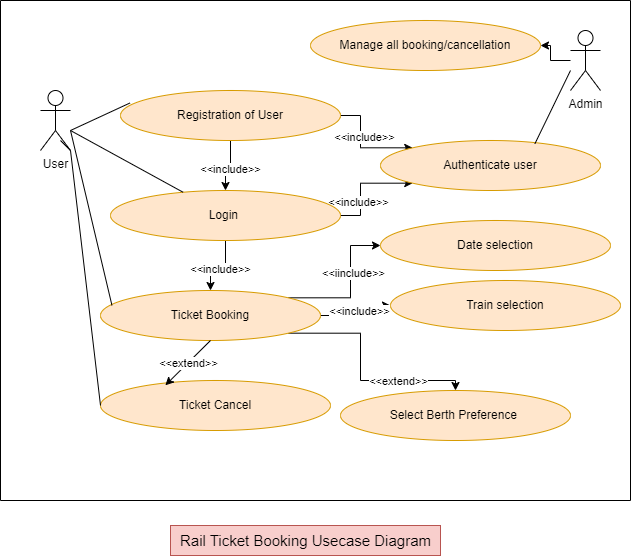
TRISHAHALDER/Medtech_Maven_usecase_diagram keeps this draw.io diagram as Untitled Diagram.drawio.png. Above is the earlier version. Source tidied: cells renumbered, new cells last; positions are measured from the earlier drawing's top-left corner, leaving out a move shared by most shapes. Its diagram source:
```xml
<mxGraphModel>
  <root>
    <mxCell id="0" />
    <mxCell id="1" parent="0" />
    <mxCell id="2" style="swimlane;startSize=0;" parent="1" vertex="1">
      <mxGeometry width="630" height="500" as="geometry" />
    </mxCell>
    <mxCell id="3" style="edgeStyle=orthogonalEdgeStyle;rounded=0;jettySize=auto;html=1;" parent="2" edge="1" source="7" target="14">
      <mxGeometry relative="1" as="geometry" />
    </mxCell>
    <mxCell id="4" value="&amp;lt;&amp;lt;include&amp;gt;&amp;gt;" style="edgeLabel;html=1;align=center;verticalAlign=middle;" parent="3" vertex="1">
      <mxGeometry x="-0.06" y="3" relative="1" as="geometry" />
    </mxCell>
    <mxCell id="5" style="edgeStyle=orthogonalEdgeStyle;rounded=0;jettySize=auto;html=1;exitX=1;exitY=0.5;exitDx=0;exitDy=0;entryX=0;entryY=0;entryDx=0;entryDy=0;" parent="2" edge="1" source="7" target="33">
      <mxGeometry relative="1" as="geometry" />
    </mxCell>
    <mxCell id="6" value="&amp;lt;&amp;lt;include&amp;gt;&amp;gt;" style="edgeLabel;html=1;align=center;verticalAlign=middle;" parent="5" vertex="1">
      <mxGeometry x="-0.22" y="3" relative="1" as="geometry" />
    </mxCell>
    <mxCell id="7" value="Registration of User" style="ellipse;whiteSpace=wrap;html=1;fillColor=#ffe6cc;strokeColor=#d79b00;" parent="2" vertex="1">
      <mxGeometry x="120" y="90" width="220" height="50" as="geometry" />
    </mxCell>
    <mxCell id="8" value="User" style="shape=umlActor;verticalLabelPosition=bottom;verticalAlign=top;html=1;outlineConnect=0;" parent="2" vertex="1">
      <mxGeometry x="40" y="90" width="30" height="60" as="geometry" />
    </mxCell>
    <mxCell id="9" style="endArrow=none;html=1;rounded=0;entryX=0.043;entryY=0.25;entryDx=0;entryDy=0;entryPerimeter=0;" parent="2" edge="1" target="7">
      <mxGeometry relative="1" as="geometry">
        <mxPoint x="70" y="130" as="sourcePoint" />
      </mxGeometry>
    </mxCell>
    <mxCell id="10" style="edgeStyle=orthogonalEdgeStyle;rounded=0;jettySize=auto;html=1;exitX=0.5;exitY=1;exitDx=0;exitDy=0;entryX=0.5;entryY=0;entryDx=0;entryDy=0;" parent="2" edge="1" source="14" target="22">
      <mxGeometry relative="1" as="geometry" />
    </mxCell>
    <mxCell id="11" value="&amp;lt;&amp;lt;include&amp;gt;&amp;gt;" style="edgeLabel;html=1;align=center;verticalAlign=middle;" parent="10" vertex="1">
      <mxGeometry x="-0.05" y="3" relative="1" as="geometry" />
    </mxCell>
    <mxCell id="12" style="edgeStyle=orthogonalEdgeStyle;rounded=0;jettySize=auto;html=1;exitX=1;exitY=0.5;exitDx=0;exitDy=0;entryX=0;entryY=1;entryDx=0;entryDy=0;" parent="2" edge="1" source="14" target="33">
      <mxGeometry relative="1" as="geometry" />
    </mxCell>
    <mxCell id="13" value="&amp;lt;&amp;lt;include&amp;gt;&amp;gt;" style="edgeLabel;html=1;align=center;verticalAlign=middle;" parent="12" vertex="1">
      <mxGeometry x="-0.36" y="3" relative="1" as="geometry" />
    </mxCell>
    <mxCell id="14" value="Login&amp;nbsp;" style="ellipse;whiteSpace=wrap;html=1;fillColor=#ffe6cc;strokeColor=#d79b00;" parent="2" vertex="1">
      <mxGeometry x="110" y="190" width="230" height="50" as="geometry" />
    </mxCell>
    <mxCell id="15" style="endArrow=none;html=1;rounded=0;" parent="2" edge="1" target="14">
      <mxGeometry relative="1" as="geometry">
        <mxPoint x="70" y="130" as="sourcePoint" />
      </mxGeometry>
    </mxCell>
    <mxCell id="16" style="edgeStyle=orthogonalEdgeStyle;rounded=0;jettySize=auto;html=1;exitX=1;exitY=1;exitDx=0;exitDy=0;entryX=0.5;entryY=0;entryDx=0;entryDy=0;" parent="2" edge="1" source="22" target="27">
      <mxGeometry relative="1" as="geometry">
        <Array as="points">
          <mxPoint x="360" y="333" />
          <mxPoint x="360" y="380" />
          <mxPoint x="455" y="380" />
        </Array>
      </mxGeometry>
    </mxCell>
    <mxCell id="17" value="&amp;lt;&amp;lt;extend&amp;gt;&amp;gt;" style="edgeLabel;html=1;align=center;verticalAlign=middle;" parent="16" vertex="1">
      <mxGeometry x="0.4" relative="1" as="geometry" />
    </mxCell>
    <mxCell id="18" style="edgeStyle=orthogonalEdgeStyle;rounded=0;jettySize=auto;html=1;exitX=1;exitY=0;exitDx=0;exitDy=0;entryX=0;entryY=0.5;entryDx=0;entryDy=0;" parent="2" edge="1" source="22" target="28">
      <mxGeometry relative="1" as="geometry" />
    </mxCell>
    <mxCell id="19" value="&amp;lt;&amp;lt;iinclude&amp;gt;&amp;gt;" style="edgeLabel;html=1;align=center;verticalAlign=middle;" parent="18" vertex="1">
      <mxGeometry x="0.2" y="-2" relative="1" as="geometry" />
    </mxCell>
    <mxCell id="20" style="edgeStyle=orthogonalEdgeStyle;rounded=0;jettySize=auto;html=1;exitX=1;exitY=0.5;exitDx=0;exitDy=0;entryX=0;entryY=0.5;entryDx=0;entryDy=0;" parent="2" edge="1" source="22" target="29">
      <mxGeometry relative="1" as="geometry" />
    </mxCell>
    <mxCell id="21" value="&amp;lt;&amp;lt;include&amp;gt;&amp;gt;" style="edgeLabel;html=1;align=center;verticalAlign=middle;" parent="20" vertex="1">
      <mxGeometry x="0.01" y="-3" relative="1" as="geometry" />
    </mxCell>
    <mxCell id="22" value="Ticket Booking" style="ellipse;whiteSpace=wrap;html=1;fillColor=#ffe6cc;strokeColor=#d79b00;" parent="2" vertex="1">
      <mxGeometry x="100" y="290" width="220" height="50" as="geometry" />
    </mxCell>
    <mxCell id="23" value="Ticket Cancel" style="ellipse;whiteSpace=wrap;html=1;fillColor=#ffe6cc;strokeColor=#d79b00;" parent="2" vertex="1">
      <mxGeometry x="100" y="380" width="230" height="50" as="geometry" />
    </mxCell>
    <mxCell id="24" style="endArrow=classic;html=1;rounded=0;entryX=0.282;entryY=0.096;entryDx=0;entryDy=0;entryPerimeter=0;" parent="2" edge="1" target="23">
      <mxGeometry relative="1" as="geometry">
        <mxPoint x="210" y="340" as="sourcePoint" />
      </mxGeometry>
    </mxCell>
    <mxCell id="25" value="&amp;lt;&amp;lt;extend&amp;gt;&amp;gt;" style="edgeLabel;html=1;align=center;verticalAlign=middle;" parent="24" vertex="1">
      <mxGeometry relative="1" as="geometry" />
    </mxCell>
    <mxCell id="26" style="endArrow=none;html=1;rounded=0;exitX=0.052;exitY=0.296;exitDx=0;exitDy=0;exitPerimeter=0;" parent="2" edge="1" source="22">
      <mxGeometry relative="1" as="geometry">
        <mxPoint x="70" y="130" as="targetPoint" />
      </mxGeometry>
    </mxCell>
    <mxCell id="27" value="Select Berth Preference&amp;nbsp;" style="ellipse;whiteSpace=wrap;html=1;fillColor=#ffe6cc;strokeColor=#d79b00;" parent="2" vertex="1">
      <mxGeometry x="340" y="390" width="230" height="50" as="geometry" />
    </mxCell>
    <mxCell id="28" value="Date selection" style="ellipse;whiteSpace=wrap;html=1;fillColor=#ffe6cc;strokeColor=#d79b00;" parent="2" vertex="1">
      <mxGeometry x="380" y="220" width="230" height="50" as="geometry" />
    </mxCell>
    <mxCell id="29" value="Train selection" style="ellipse;whiteSpace=wrap;html=1;fillColor=#ffe6cc;strokeColor=#d79b00;" parent="2" vertex="1">
      <mxGeometry x="390" y="280" width="230" height="50" as="geometry" />
    </mxCell>
    <mxCell id="30" style="edgeStyle=orthogonalEdgeStyle;rounded=0;jettySize=auto;html=1;" parent="2" edge="1" source="31" target="32">
      <mxGeometry relative="1" as="geometry" />
    </mxCell>
    <mxCell id="31" value="Admin" style="shape=umlActor;verticalLabelPosition=bottom;verticalAlign=top;html=1;outlineConnect=0;" parent="2" vertex="1">
      <mxGeometry x="570" y="30" width="30" height="60" as="geometry" />
    </mxCell>
    <mxCell id="32" value="Manage all booking/cancellation" style="ellipse;whiteSpace=wrap;html=1;fillColor=#ffe6cc;strokeColor=#d79b00;" parent="2" vertex="1">
      <mxGeometry x="310" y="20" width="230" height="50" as="geometry" />
    </mxCell>
    <mxCell id="33" value="Authenticate user" style="ellipse;whiteSpace=wrap;html=1;fillColor=#ffe6cc;strokeColor=#d79b00;" parent="2" vertex="1">
      <mxGeometry x="380" y="140" width="220" height="50" as="geometry" />
    </mxCell>
    <mxCell id="34" style="endArrow=none;html=1;rounded=0;exitX=0.702;exitY=0.064;exitDx=0;exitDy=0;exitPerimeter=0;" parent="2" edge="1" source="33">
      <mxGeometry relative="1" as="geometry">
        <mxPoint x="570" y="70" as="targetPoint" />
      </mxGeometry>
    </mxCell>
    <mxCell id="35" value="&lt;font style=&quot;font-size: 15px;&quot;&gt;Rail Ticket Booking Usecase Diagram&lt;/font&gt;" style="text;html=1;align=center;verticalAlign=middle;strokeColor=#b85450;fillColor=#f8cecc;" parent="1" vertex="1">
      <mxGeometry x="170" y="525" width="270" height="30" as="geometry" />
    </mxCell>
    <mxCell id="36" style="endArrow=none;html=1;rounded=0;exitX=0;exitY=0.5;exitDx=0;exitDy=0;" parent="1" edge="1" source="23">
      <mxGeometry relative="1" as="geometry">
        <mxPoint x="60" y="140" as="targetPoint" />
        <Array as="points">
          <mxPoint x="70" y="150" />
        </Array>
      </mxGeometry>
    </mxCell>
  </root>
</mxGraphModel>
```
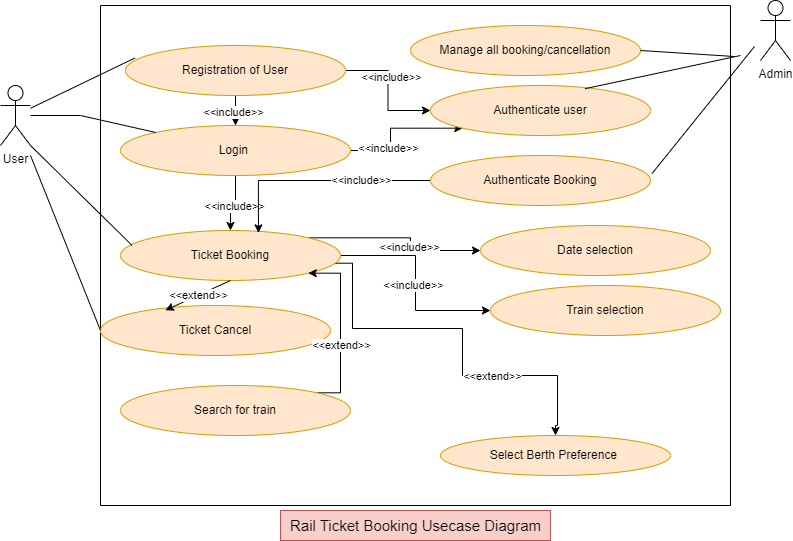
After the commit.

Change to the diagram source:
```diff
@@ -3,7 +3,7 @@
     <mxCell id="0" />
     <mxCell id="1" parent="0" />
     <mxCell id="2" style="swimlane;startSize=0;" parent="1" vertex="1">
-      <mxGeometry width="630" height="500" as="geometry" />
+      <mxGeometry x="-10" y="20" width="630" height="500" as="geometry" />
     </mxCell>
     <mxCell id="3" style="edgeStyle=orthogonalEdgeStyle;rounded=0;jettySize=auto;html=1;" parent="2" edge="1" source="7" target="14">
       <mxGeometry relative="1" as="geometry" />
@@ -11,23 +11,15 @@
     <mxCell id="4" value="&amp;lt;&amp;lt;include&amp;gt;&amp;gt;" style="edgeLabel;html=1;align=center;verticalAlign=middle;" parent="3" vertex="1">
       <mxGeometry x="-0.06" y="3" relative="1" as="geometry" />
     </mxCell>
-    <mxCell id="5" style="edgeStyle=orthogonalEdgeStyle;rounded=0;jettySize=auto;html=1;exitX=1;exitY=0.5;exitDx=0;exitDy=0;entryX=0;entryY=0;entryDx=0;entryDy=0;" parent="2" edge="1" source="7" target="33">
+    <mxCell id="5" style="edgeStyle=orthogonalEdgeStyle;rounded=0;jettySize=auto;html=1;exitX=1;exitY=0.5;exitDx=0;exitDy=0;entryX=0;entryY=0.5;entryDx=0;entryDy=0;" parent="2" edge="1" source="7" target="33">
       <mxGeometry relative="1" as="geometry" />
     </mxCell>
     <mxCell id="6" value="&amp;lt;&amp;lt;include&amp;gt;&amp;gt;" style="edgeLabel;html=1;align=center;verticalAlign=middle;" parent="5" vertex="1">
       <mxGeometry x="-0.22" y="3" relative="1" as="geometry" />
     </mxCell>
     <mxCell id="7" value="Registration of User" style="ellipse;whiteSpace=wrap;html=1;fillColor=#ffe6cc;strokeColor=#d79b00;" parent="2" vertex="1">
-      <mxGeometry x="120" y="90" width="220" height="50" as="geometry" />
+      <mxGeometry x="25" y="40" width="220" height="50" as="geometry" />
     </mxCell>
-    <mxCell id="8" value="User" style="shape=umlActor;verticalLabelPosition=bottom;verticalAlign=top;html=1;outlineConnect=0;" parent="2" vertex="1">
-      <mxGeometry x="40" y="90" width="30" height="60" as="geometry" />
-    </mxCell>
-    <mxCell id="9" style="endArrow=none;html=1;rounded=0;entryX=0.043;entryY=0.25;entryDx=0;entryDy=0;entryPerimeter=0;" parent="2" edge="1" target="7">
-      <mxGeometry relative="1" as="geometry">
-        <mxPoint x="70" y="130" as="sourcePoint" />
-      </mxGeometry>
-    </mxCell>
     <mxCell id="10" style="edgeStyle=orthogonalEdgeStyle;rounded=0;jettySize=auto;html=1;exitX=0.5;exitY=1;exitDx=0;exitDy=0;entryX=0.5;entryY=0;entryDx=0;entryDy=0;" parent="2" edge="1" source="14" target="22">
       <mxGeometry relative="1" as="geometry" />
     </mxCell>
@@ -41,19 +33,18 @@
       <mxGeometry x="-0.36" y="3" relative="1" as="geometry" />
     </mxCell>
     <mxCell id="14" value="Login&amp;nbsp;" style="ellipse;whiteSpace=wrap;html=1;fillColor=#ffe6cc;strokeColor=#d79b00;" parent="2" vertex="1">
-      <mxGeometry x="110" y="190" width="230" height="50" as="geometry" />
+      <mxGeometry x="20" y="120" width="230" height="50" as="geometry" />
     </mxCell>
-    <mxCell id="15" style="endArrow=none;html=1;rounded=0;" parent="2" edge="1" target="14">
-      <mxGeometry relative="1" as="geometry">
-        <mxPoint x="70" y="130" as="sourcePoint" />
-      </mxGeometry>
-    </mxCell>
-    <mxCell id="16" style="edgeStyle=orthogonalEdgeStyle;rounded=0;jettySize=auto;html=1;exitX=1;exitY=1;exitDx=0;exitDy=0;entryX=0.5;entryY=0;entryDx=0;entryDy=0;" parent="2" edge="1" source="22" target="27">
+    <mxCell id="16" style="edgeStyle=orthogonalEdgeStyle;rounded=0;jettySize=auto;html=1;exitX=1;exitY=1;exitDx=0;exitDy=0;entryX=0.5;entryY=0;entryDx=0;entryDy=0;" parent="2" edge="1" target="27">
       <mxGeometry relative="1" as="geometry">
+        <mxPoint x="210" y="257.7" as="sourcePoint" />
         <Array as="points">
-          <mxPoint x="360" y="333" />
-          <mxPoint x="360" y="380" />
-          <mxPoint x="455" y="380" />
+          <mxPoint x="252" y="258" />
+          <mxPoint x="252" y="323" />
+          <mxPoint x="362" y="323" />
+          <mxPoint x="362" y="370" />
+          <mxPoint x="457" y="370" />
+          <mxPoint x="457" y="420" />
         </Array>
       </mxGeometry>
     </mxCell>
@@ -63,7 +54,7 @@
     <mxCell id="18" style="edgeStyle=orthogonalEdgeStyle;rounded=0;jettySize=auto;html=1;exitX=1;exitY=0;exitDx=0;exitDy=0;entryX=0;entryY=0.5;entryDx=0;entryDy=0;" parent="2" edge="1" source="22" target="28">
       <mxGeometry relative="1" as="geometry" />
     </mxCell>
-    <mxCell id="19" value="&amp;lt;&amp;lt;iinclude&amp;gt;&amp;gt;" style="edgeLabel;html=1;align=center;verticalAlign=middle;" parent="18" vertex="1">
+    <mxCell id="19" value="&amp;lt;&amp;lt;include&amp;gt;&amp;gt;" style="edgeLabel;html=1;align=center;verticalAlign=middle;" parent="18" vertex="1">
       <mxGeometry x="0.2" y="-2" relative="1" as="geometry" />
     </mxCell>
     <mxCell id="20" style="edgeStyle=orthogonalEdgeStyle;rounded=0;jettySize=auto;html=1;exitX=1;exitY=0.5;exitDx=0;exitDy=0;entryX=0;entryY=0.5;entryDx=0;entryDy=0;" parent="2" edge="1" source="22" target="29">
@@ -73,26 +64,19 @@
       <mxGeometry x="0.01" y="-3" relative="1" as="geometry" />
     </mxCell>
     <mxCell id="22" value="Ticket Booking" style="ellipse;whiteSpace=wrap;html=1;fillColor=#ffe6cc;strokeColor=#d79b00;" parent="2" vertex="1">
-      <mxGeometry x="100" y="290" width="220" height="50" as="geometry" />
+      <mxGeometry x="20" y="225" width="220" height="50" as="geometry" />
     </mxCell>
     <mxCell id="23" value="Ticket Cancel" style="ellipse;whiteSpace=wrap;html=1;fillColor=#ffe6cc;strokeColor=#d79b00;" parent="2" vertex="1">
-      <mxGeometry x="100" y="380" width="230" height="50" as="geometry" />
+      <mxGeometry y="300" width="230" height="50" as="geometry" />
     </mxCell>
-    <mxCell id="24" style="endArrow=classic;html=1;rounded=0;entryX=0.282;entryY=0.096;entryDx=0;entryDy=0;entryPerimeter=0;" parent="2" edge="1" target="23">
-      <mxGeometry relative="1" as="geometry">
-        <mxPoint x="210" y="340" as="sourcePoint" />
-      </mxGeometry>
+    <mxCell id="24" style="endArrow=classic;html=1;rounded=0;entryX=0.282;entryY=0.096;entryDx=0;entryDy=0;entryPerimeter=0;exitX=0.5;exitY=1;exitDx=0;exitDy=0;" parent="2" edge="1" source="22" target="23">
+      <mxGeometry relative="1" as="geometry" />
     </mxCell>
     <mxCell id="25" value="&amp;lt;&amp;lt;extend&amp;gt;&amp;gt;" style="edgeLabel;html=1;align=center;verticalAlign=middle;" parent="24" vertex="1">
       <mxGeometry relative="1" as="geometry" />
     </mxCell>
-    <mxCell id="26" style="endArrow=none;html=1;rounded=0;exitX=0.052;exitY=0.296;exitDx=0;exitDy=0;exitPerimeter=0;" parent="2" edge="1" source="22">
-      <mxGeometry relative="1" as="geometry">
-        <mxPoint x="70" y="130" as="targetPoint" />
-      </mxGeometry>
-    </mxCell>
     <mxCell id="27" value="Select Berth Preference&amp;nbsp;" style="ellipse;whiteSpace=wrap;html=1;fillColor=#ffe6cc;strokeColor=#d79b00;" parent="2" vertex="1">
-      <mxGeometry x="340" y="390" width="230" height="50" as="geometry" />
+      <mxGeometry x="340" y="430" width="230" height="40" as="geometry" />
     </mxCell>
     <mxCell id="28" value="Date selection" style="ellipse;whiteSpace=wrap;html=1;fillColor=#ffe6cc;strokeColor=#d79b00;" parent="2" vertex="1">
       <mxGeometry x="380" y="220" width="230" height="50" as="geometry" />
@@ -100,33 +84,74 @@
     <mxCell id="29" value="Train selection" style="ellipse;whiteSpace=wrap;html=1;fillColor=#ffe6cc;strokeColor=#d79b00;" parent="2" vertex="1">
       <mxGeometry x="390" y="280" width="230" height="50" as="geometry" />
     </mxCell>
-    <mxCell id="30" style="edgeStyle=orthogonalEdgeStyle;rounded=0;jettySize=auto;html=1;" parent="2" edge="1" source="31" target="32">
-      <mxGeometry relative="1" as="geometry" />
-    </mxCell>
-    <mxCell id="31" value="Admin" style="shape=umlActor;verticalLabelPosition=bottom;verticalAlign=top;html=1;outlineConnect=0;" parent="2" vertex="1">
-      <mxGeometry x="570" y="30" width="30" height="60" as="geometry" />
-    </mxCell>
     <mxCell id="32" value="Manage all booking/cancellation" style="ellipse;whiteSpace=wrap;html=1;fillColor=#ffe6cc;strokeColor=#d79b00;" parent="2" vertex="1">
       <mxGeometry x="310" y="20" width="230" height="50" as="geometry" />
     </mxCell>
     <mxCell id="33" value="Authenticate user" style="ellipse;whiteSpace=wrap;html=1;fillColor=#ffe6cc;strokeColor=#d79b00;" parent="2" vertex="1">
-      <mxGeometry x="380" y="140" width="220" height="50" as="geometry" />
+      <mxGeometry x="330" y="80" width="220" height="50" as="geometry" />
     </mxCell>
     <mxCell id="34" style="endArrow=none;html=1;rounded=0;exitX=0.702;exitY=0.064;exitDx=0;exitDy=0;exitPerimeter=0;" parent="2" edge="1" source="33">
       <mxGeometry relative="1" as="geometry">
-        <mxPoint x="570" y="70" as="targetPoint" />
+        <mxPoint x="640" y="50" as="targetPoint" />
       </mxGeometry>
     </mxCell>
+    <mxCell id="37" style="edgeStyle=orthogonalEdgeStyle;rounded=0;jettySize=auto;html=1;exitX=0;exitY=0.5;exitDx=0;exitDy=0;entryX=0.627;entryY=0.048;entryDx=0;entryDy=0;entryPerimeter=0;" parent="2" edge="1" source="39" target="22">
+      <mxGeometry relative="1" as="geometry" />
+    </mxCell>
+    <mxCell id="38" value="&amp;lt;&amp;lt;include&amp;gt;&amp;gt;" style="edgeLabel;html=1;align=center;verticalAlign=middle;" parent="37" vertex="1">
+      <mxGeometry x="-0.37" y="-1" relative="1" as="geometry" />
+    </mxCell>
+    <mxCell id="39" value="Authenticate Booking" style="ellipse;whiteSpace=wrap;html=1;fillColor=#ffe6cc;strokeColor=#d79b00;" parent="2" vertex="1">
+      <mxGeometry x="330" y="150" width="220" height="50" as="geometry" />
+    </mxCell>
+    <mxCell id="40" style="endArrow=none;html=1;rounded=0;exitX=1;exitY=0.5;exitDx=0;exitDy=0;entryX=1.006;entryY=0.102;entryDx=0;entryDy=0;entryPerimeter=0;" parent="2" edge="1" source="32" target="2">
+      <mxGeometry relative="1" as="geometry" />
+    </mxCell>
+    <mxCell id="41" style="edgeStyle=orthogonalEdgeStyle;rounded=0;jettySize=auto;html=1;exitX=1;exitY=0;exitDx=0;exitDy=0;entryX=1;entryY=1;entryDx=0;entryDy=0;" parent="2" edge="1" source="43" target="22">
+      <mxGeometry relative="1" as="geometry">
+        <Array as="points">
+          <mxPoint x="240" y="387" />
+          <mxPoint x="240" y="268" />
+        </Array>
+      </mxGeometry>
+    </mxCell>
+    <mxCell id="42" value="&amp;lt;&amp;lt;extend&amp;gt;&amp;gt;" style="edgeLabel;html=1;align=center;verticalAlign=middle;" parent="41" vertex="1">
+      <mxGeometry x="-0.19" relative="1" as="geometry" />
+    </mxCell>
+    <mxCell id="43" value="Search for train" style="ellipse;whiteSpace=wrap;html=1;fillColor=#ffe6cc;strokeColor=#d79b00;" parent="2" vertex="1">
+      <mxGeometry x="20" y="380" width="230" height="50" as="geometry" />
+    </mxCell>
     <mxCell id="35" value="&lt;font style=&quot;font-size: 15px;&quot;&gt;Rail Ticket Booking Usecase Diagram&lt;/font&gt;" style="text;html=1;align=center;verticalAlign=middle;strokeColor=#b85450;fillColor=#f8cecc;" parent="1" vertex="1">
       <mxGeometry x="170" y="525" width="270" height="30" as="geometry" />
     </mxCell>
-    <mxCell id="36" style="endArrow=none;html=1;rounded=0;exitX=0;exitY=0.5;exitDx=0;exitDy=0;" parent="1" edge="1" source="23">
-      <mxGeometry relative="1" as="geometry">
-        <mxPoint x="60" y="140" as="targetPoint" />
-        <Array as="points">
-          <mxPoint x="70" y="150" />
-        </Array>
-      </mxGeometry>
-    </mxCell>
+    <mxCell id="31" value="Admin" style="shape=umlActor;verticalLabelPosition=bottom;verticalAlign=top;html=1;outlineConnect=0;" parent="1" vertex="1">
+      <mxGeometry x="650" y="15" width="30" height="60" as="geometry" />
+    </mxCell>
+    <mxCell id="8" value="User" style="shape=umlActor;verticalLabelPosition=bottom;verticalAlign=top;html=1;outlineConnect=0;" parent="1" vertex="1">
+      <mxGeometry x="-110" y="100" width="30" height="60" as="geometry" />
+    </mxCell>
+    <mxCell id="15" style="endArrow=none;html=1;rounded=0;" parent="1" edge="1" source="8" target="14">
+      <mxGeometry relative="1" as="geometry">
+        <Array as="points">
+          <mxPoint x="-30" y="130" />
+        </Array>
+      </mxGeometry>
+    </mxCell>
+    <mxCell id="9" style="endArrow=none;html=1;rounded=0;entryX=0.043;entryY=0.25;entryDx=0;entryDy=0;entryPerimeter=0;" parent="1" edge="1" source="8" target="7">
+      <mxGeometry relative="1" as="geometry" />
+    </mxCell>
+    <mxCell id="26" style="endArrow=none;html=1;rounded=0;exitX=0.052;exitY=0.296;exitDx=0;exitDy=0;exitPerimeter=0;entryX=1;entryY=1;entryDx=0;entryDy=0;entryPerimeter=0;" parent="1" edge="1" source="22" target="8">
+      <mxGeometry relative="1" as="geometry" />
+    </mxCell>
+    <mxCell id="44" style="endArrow=none;html=1;rounded=0;entryX=0;entryY=0.5;entryDx=0;entryDy=0;" parent="1" edge="1" target="23">
+      <mxGeometry relative="1" as="geometry">
+        <mxPoint x="-80" y="170" as="sourcePoint" />
+      </mxGeometry>
+    </mxCell>
+    <mxCell id="45" style="endArrow=none;html=1;rounded=0;exitX=1.007;exitY=0.36;exitDx=0;exitDy=0;entryX=1.006;entryY=0.102;entryDx=0;entryDy=0;entryPerimeter=0;exitPerimeter=0;" parent="1" edge="1" source="39">
+      <mxGeometry relative="1" as="geometry">
+        <mxPoint x="644" y="61" as="targetPoint" />
+      </mxGeometry>
+    </mxCell>
   </root>
 </mxGraphModel>
```
